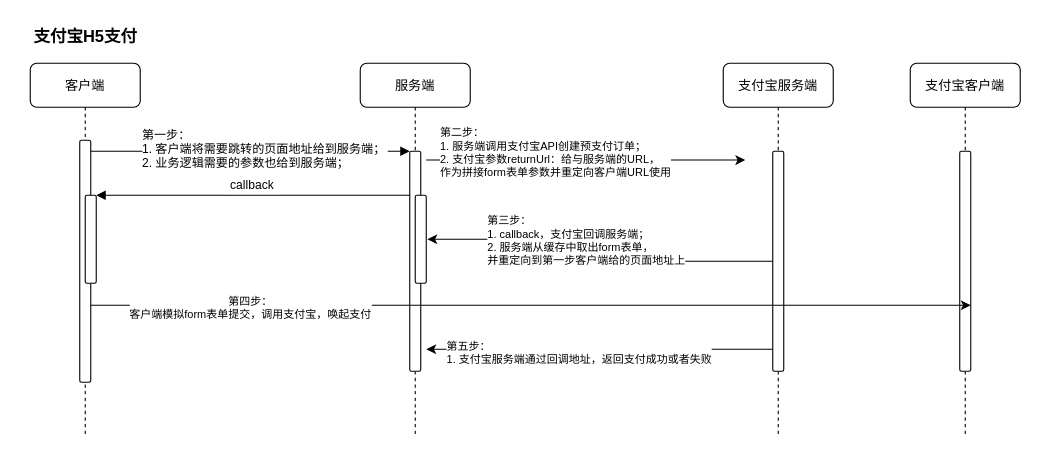
Earlier version of the draw.io diagram 支付宝支付.drawio (lints123/draw_project). Source tidied: cells renumbered, new cells numbered last; positions are measured from the earlier drawing's top-left corner, leaving out a move shared by most shapes. Both pictures are drawn from the tidied source at 110%, with x=0, y=0 at pixel (19, 19).
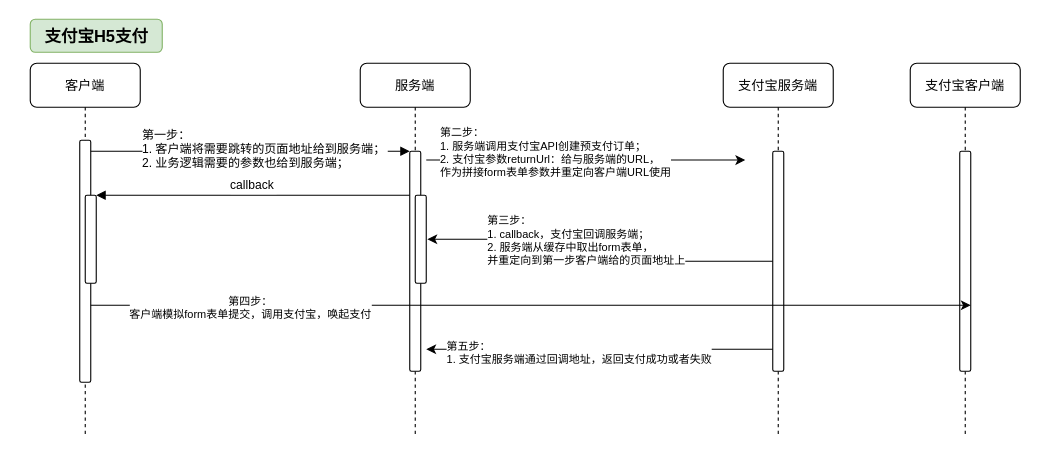
After the change.

Commit message:
更新支付宝支付.drawio

What changed in the source:
```diff
@@
-    <mxCell id="22" value="支付宝H5支付" style="text;html=1;align=center;verticalAlign=middle;strokeColor=none;fillColor=none;fontSize=15;fontStyle=1;rounded=1;" parent="1" vertex="1">
-      <mxGeometry width="120" height="30" as="geometry" />
+    <mxCell id="22" value="支付宝H5支付" style="text;html=1;align=center;verticalAlign=middle;strokeColor=#82b366;fillColor=#d5e8d4;fontSize=15;fontStyle=1;rounded=1;" parent="1" vertex="1">
+      <mxGeometry x="10" width="120" height="30" as="geometry" />
     </mxCell>
```
